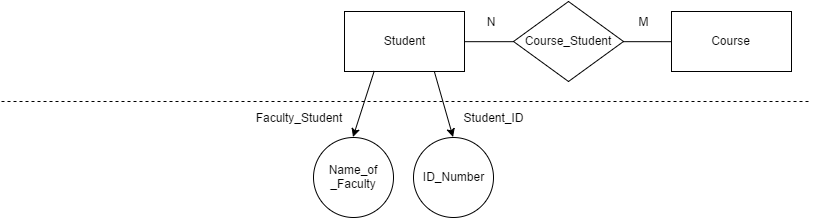
This is diagram/er-3.png from jackey1510/TopicsInCS, a draw.io export, as it was before one commit. Source tidied: cells renumbered, new cells last; positions are measured from the earlier drawing's top-left corner, leaving out a move shared by most shapes. Source of this version:
```xml
<mxGraphModel background="#ffffff">
  <root>
    <mxCell id="0" />
    <mxCell id="1" parent="0" />
    <mxCell id="2" style="edgeStyle=none;rounded=0;html=1;exitX=1;exitY=0.5;entryX=0;entryY=0.5;startArrow=none;startFill=0;endArrow=none;endFill=0;jettySize=auto;strokeColor=#000000;" parent="1" edge="1" source="3" target="5">
      <mxGeometry x="471" y="281" as="geometry" />
    </mxCell>
    <mxCell id="3" value="Student" style="whiteSpace=wrap;html=1;" parent="1" vertex="1">
      <mxGeometry x="343" y="10" width="120" height="60" as="geometry" />
    </mxCell>
    <mxCell id="4" style="edgeStyle=none;rounded=0;html=1;exitX=1;exitY=0.5;entryX=0;entryY=0.5;startArrow=none;startFill=0;endArrow=none;endFill=0;jettySize=auto;strokeColor=#000000;" parent="1" edge="1" source="5" target="6">
      <mxGeometry x="630" y="281" as="geometry" />
    </mxCell>
    <mxCell id="5" value="Course_Student" style="rhombus;whiteSpace=wrap;html=1;" parent="1" vertex="1">
      <mxGeometry x="512" width="110" height="80" as="geometry" />
    </mxCell>
    <mxCell id="6" value="Course" style="whiteSpace=wrap;html=1;" parent="1" vertex="1">
      <mxGeometry x="670" y="10" width="120" height="60" as="geometry" />
    </mxCell>
    <mxCell id="7" style="endArrow=none;html=1;strokeColor=#000000;endFill=0;startArrow=none;startFill=0;dashed=1;" parent="1" edge="1">
      <mxGeometry x="8" y="341" as="geometry">
        <mxPoint y="100" as="sourcePoint" />
        <mxPoint x="810" y="100" as="targetPoint" />
      </mxGeometry>
    </mxCell>
    <mxCell id="8" value="Name_of&lt;div&gt;_&lt;span&gt;Faculty&lt;/span&gt;&lt;/div&gt;" style="ellipse;whiteSpace=wrap;html=1;" parent="1" vertex="1">
      <mxGeometry x="312" y="136" width="80" height="80" as="geometry" />
    </mxCell>
    <mxCell id="9" style="edgeStyle=none;rounded=0;html=1;exitX=0.25;exitY=1;entryX=0.5;entryY=0;startArrow=none;startFill=0;endArrow=classic;endFill=1;jettySize=auto;strokeColor=#000000;" parent="1" edge="1" source="3" target="8">
      <mxGeometry x="360" y="310.7" as="geometry" />
    </mxCell>
    <mxCell id="10" value="Faculty_Student" style="text;html=1;strokeColor=none;fillColor=none;align=center;verticalAlign=middle;whiteSpace=wrap;" parent="1" vertex="1">
      <mxGeometry x="277" y="106" width="40" height="20" as="geometry" />
    </mxCell>
    <mxCell id="11" value="ID_Number" style="ellipse;whiteSpace=wrap;html=1;" parent="1" vertex="1">
      <mxGeometry x="412" y="136" width="80" height="80" as="geometry" />
    </mxCell>
    <mxCell id="12" style="edgeStyle=none;rounded=0;html=1;exitX=0.75;exitY=1;entryX=0.5;entryY=0;startArrow=none;startFill=0;endArrow=classic;endFill=1;jettySize=auto;strokeColor=#000000;" parent="1" edge="1" source="3" target="11">
      <mxGeometry x="441.7" y="310.7" as="geometry" />
    </mxCell>
    <mxCell id="13" value="Student_ID" style="text;html=1;strokeColor=none;fillColor=none;align=center;verticalAlign=middle;whiteSpace=wrap;" parent="1" vertex="1">
      <mxGeometry x="472" y="106" width="40" height="20" as="geometry" />
    </mxCell>
    <mxCell id="14" value="N" style="text;html=1;strokeColor=none;fillColor=none;align=center;verticalAlign=middle;whiteSpace=wrap;" parent="1" vertex="1">
      <mxGeometry x="469" y="10" width="40" height="20" as="geometry" />
    </mxCell>
    <mxCell id="15" value="M" style="text;html=1;strokeColor=none;fillColor=none;align=center;verticalAlign=middle;whiteSpace=wrap;" parent="1" vertex="1">
      <mxGeometry x="622" y="10" width="40" height="20" as="geometry" />
    </mxCell>
  </root>
</mxGraphModel>
```
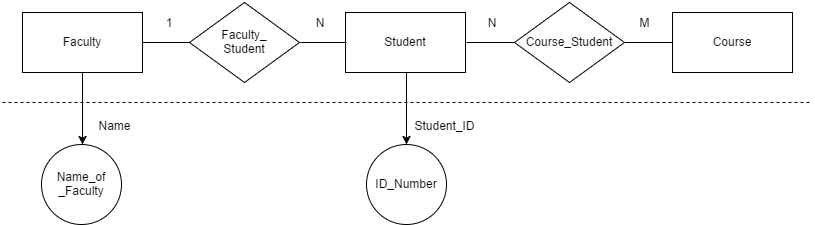
Later version of the same file.

Diff of the diagram source:
```diff
@@ -2,50 +2,68 @@
   <root>
     <mxCell id="0" />
     <mxCell id="1" parent="0" />
+    <mxCell id="3" value="Student" style="whiteSpace=wrap;html=1;" parent="1" vertex="1">
+      <mxGeometry x="343" y="10" width="120" height="60" as="geometry" />
+    </mxCell>
+    <mxCell id="5" value="Course_Student" style="rhombus;whiteSpace=wrap;html=1;" parent="1" vertex="1">
+      <mxGeometry x="512" width="110" height="80" as="geometry" />
+    </mxCell>
+    <mxCell id="16" value="Faculty_&lt;div&gt;Student&lt;/div&gt;" style="rhombus;whiteSpace=wrap;html=1;" parent="1" vertex="1">
+      <mxGeometry x="187" width="110" height="80" as="geometry" />
+    </mxCell>
+    <mxCell id="17" style="edgeStyle=none;rounded=0;html=1;exitX=0.5;exitY=1;entryX=0.5;entryY=0;startArrow=none;startFill=0;endArrow=classic;endFill=1;jettySize=auto;strokeColor=#000000;" parent="1" edge="1" source="18" target="8">
+      <mxGeometry x="86.7" y="578" as="geometry" />
+    </mxCell>
+    <mxCell id="18" value="Faculty" style="whiteSpace=wrap;html=1;" parent="1" vertex="1">
+      <mxGeometry x="20" y="10" width="120" height="60" as="geometry" />
+    </mxCell>
+    <mxCell id="6" value="Course" style="whiteSpace=wrap;html=1;" parent="1" vertex="1">
+      <mxGeometry x="670" y="10" width="120" height="60" as="geometry" />
+    </mxCell>
+    <mxCell id="19" style="rounded=0;html=1;exitX=1;exitY=0.5;entryX=0;entryY=0.5;jettySize=auto;strokeColor=#000000;startArrow=none;startFill=0;endArrow=none;endFill=0;" parent="1" edge="1" source="18" target="16">
+      <mxGeometry x="148.3" y="547.3" as="geometry" />
+    </mxCell>
+    <mxCell id="20" style="edgeStyle=none;rounded=0;html=1;exitX=1;exitY=0.5;entryX=0;entryY=0.5;startArrow=none;startFill=0;endArrow=none;endFill=0;jettySize=auto;strokeColor=#000000;" parent="1" edge="1" source="16" target="3">
+      <mxGeometry x="305" y="547.3" as="geometry" />
+    </mxCell>
     <mxCell id="2" style="edgeStyle=none;rounded=0;html=1;exitX=1;exitY=0.5;entryX=0;entryY=0.5;startArrow=none;startFill=0;endArrow=none;endFill=0;jettySize=auto;strokeColor=#000000;" parent="1" edge="1" source="3" target="5">
-      <mxGeometry x="471" y="281" as="geometry" />
+      <mxGeometry x="471.7" y="547.3" as="geometry" />
     </mxCell>
-    <mxCell id="3" value="Student" style="whiteSpace=wrap;html=1;" parent="1" vertex="1">
-      <mxGeometry x="343" y="10" width="120" height="60" as="geometry" />
-    </mxCell>
     <mxCell id="4" style="edgeStyle=none;rounded=0;html=1;exitX=1;exitY=0.5;entryX=0;entryY=0.5;startArrow=none;startFill=0;endArrow=none;endFill=0;jettySize=auto;strokeColor=#000000;" parent="1" edge="1" source="5" target="6">
-      <mxGeometry x="630" y="281" as="geometry" />
+      <mxGeometry x="630" y="547.3" as="geometry" />
     </mxCell>
-    <mxCell id="5" value="Course_Student" style="rhombus;whiteSpace=wrap;html=1;" parent="1" vertex="1">
-      <mxGeometry x="512" width="110" height="80" as="geometry" />
-    </mxCell>
-    <mxCell id="6" value="Course" style="whiteSpace=wrap;html=1;" parent="1" vertex="1">
-      <mxGeometry x="670" y="10" width="120" height="60" as="geometry" />
-    </mxCell>
-    <mxCell id="7" style="endArrow=none;html=1;strokeColor=#000000;endFill=0;startArrow=none;startFill=0;dashed=1;" parent="1" edge="1">
-      <mxGeometry x="8" y="341" as="geometry">
-        <mxPoint y="100" as="sourcePoint" />
-        <mxPoint x="810" y="100" as="targetPoint" />
-      </mxGeometry>
-    </mxCell>
+    <mxCell id="21" style="endArrow=none;html=1;strokeColor=#000000;endFill=0;dashed=1;" parent="1" edge="1">
+      <mxGeometry x="8" y="608" as="geometry">
+        <mxPoint y="100" as="sourcePoint" />
+        <mxPoint x="810" y="100" as="targetPoint" />
+      </mxGeometry>
+    </mxCell>
+    <mxCell id="11" value="ID_Number" style="ellipse;whiteSpace=wrap;html=1;" parent="1" vertex="1">
+      <mxGeometry x="364" y="141.8" width="80" height="80" as="geometry" />
+    </mxCell>
+    <mxCell id="13" value="Student_ID" style="text;html=1;strokeColor=none;fillColor=none;align=center;verticalAlign=middle;whiteSpace=wrap;" parent="1" vertex="1">
+      <mxGeometry x="422" y="112.8" width="40" height="20" as="geometry" />
+    </mxCell>
+    <mxCell id="12" style="edgeStyle=none;rounded=0;html=1;exitX=0.5;exitY=1;entryX=0.5;entryY=0;startArrow=none;startFill=0;endArrow=classic;endFill=1;jettySize=auto;strokeColor=#000000;" parent="1" edge="1" source="3" target="11">
+      <mxGeometry x="411.7" y="577.3" as="geometry" />
+    </mxCell>
+    <mxCell id="22" value="1" style="text;html=1;strokeColor=none;fillColor=none;align=center;verticalAlign=middle;whiteSpace=wrap;" parent="1" vertex="1">
+      <mxGeometry x="146" y="10" width="40" height="20" as="geometry" />
+    </mxCell>
+    <mxCell id="23" value="N" style="text;html=1;strokeColor=none;fillColor=none;align=center;verticalAlign=middle;whiteSpace=wrap;" parent="1" vertex="1">
+      <mxGeometry x="297" y="10" width="40" height="20" as="geometry" />
+    </mxCell>
+    <mxCell id="24" value="N" style="text;html=1;strokeColor=none;fillColor=none;align=center;verticalAlign=middle;whiteSpace=wrap;" parent="1" vertex="1">
+      <mxGeometry x="469" y="10" width="40" height="20" as="geometry" />
+    </mxCell>
+    <mxCell id="15" value="M" style="text;html=1;strokeColor=none;fillColor=none;align=center;verticalAlign=middle;whiteSpace=wrap;" parent="1" vertex="1">
+      <mxGeometry x="622" y="10" width="40" height="20" as="geometry" />
+    </mxCell>
     <mxCell id="8" value="Name_of&lt;div&gt;_&lt;span&gt;Faculty&lt;/span&gt;&lt;/div&gt;" style="ellipse;whiteSpace=wrap;html=1;" parent="1" vertex="1">
-      <mxGeometry x="312" y="136" width="80" height="80" as="geometry" />
+      <mxGeometry x="39" y="142" width="80" height="80" as="geometry" />
     </mxCell>
-    <mxCell id="9" style="edgeStyle=none;rounded=0;html=1;exitX=0.25;exitY=1;entryX=0.5;entryY=0;startArrow=none;startFill=0;endArrow=classic;endFill=1;jettySize=auto;strokeColor=#000000;" parent="1" edge="1" source="3" target="8">
-      <mxGeometry x="360" y="310.7" as="geometry" />
-    </mxCell>
-    <mxCell id="10" value="Faculty_Student" style="text;html=1;strokeColor=none;fillColor=none;align=center;verticalAlign=middle;whiteSpace=wrap;" parent="1" vertex="1">
-      <mxGeometry x="277" y="106" width="40" height="20" as="geometry" />
-    </mxCell>
-    <mxCell id="11" value="ID_Number" style="ellipse;whiteSpace=wrap;html=1;" parent="1" vertex="1">
-      <mxGeometry x="412" y="136" width="80" height="80" as="geometry" />
-    </mxCell>
-    <mxCell id="12" style="edgeStyle=none;rounded=0;html=1;exitX=0.75;exitY=1;entryX=0.5;entryY=0;startArrow=none;startFill=0;endArrow=classic;endFill=1;jettySize=auto;strokeColor=#000000;" parent="1" edge="1" source="3" target="11">
-      <mxGeometry x="441.7" y="310.7" as="geometry" />
-    </mxCell>
-    <mxCell id="13" value="Student_ID" style="text;html=1;strokeColor=none;fillColor=none;align=center;verticalAlign=middle;whiteSpace=wrap;" parent="1" vertex="1">
-      <mxGeometry x="472" y="106" width="40" height="20" as="geometry" />
-    </mxCell>
-    <mxCell id="14" value="N" style="text;html=1;strokeColor=none;fillColor=none;align=center;verticalAlign=middle;whiteSpace=wrap;" parent="1" vertex="1">
-      <mxGeometry x="469" y="10" width="40" height="20" as="geometry" />
-    </mxCell>
-    <mxCell id="15" value="M" style="text;html=1;strokeColor=none;fillColor=none;align=center;verticalAlign=middle;whiteSpace=wrap;" parent="1" vertex="1">
-      <mxGeometry x="622" y="10" width="40" height="20" as="geometry" />
-    </mxCell>
+    <mxCell id="25" value="Name" style="text;html=1;strokeColor=none;fillColor=none;align=center;verticalAlign=middle;whiteSpace=wrap;" parent="1" vertex="1">
+      <mxGeometry x="92" y="113" width="40" height="20" as="geometry" />
+    </mxCell>
   </root>
 </mxGraphModel>
```
